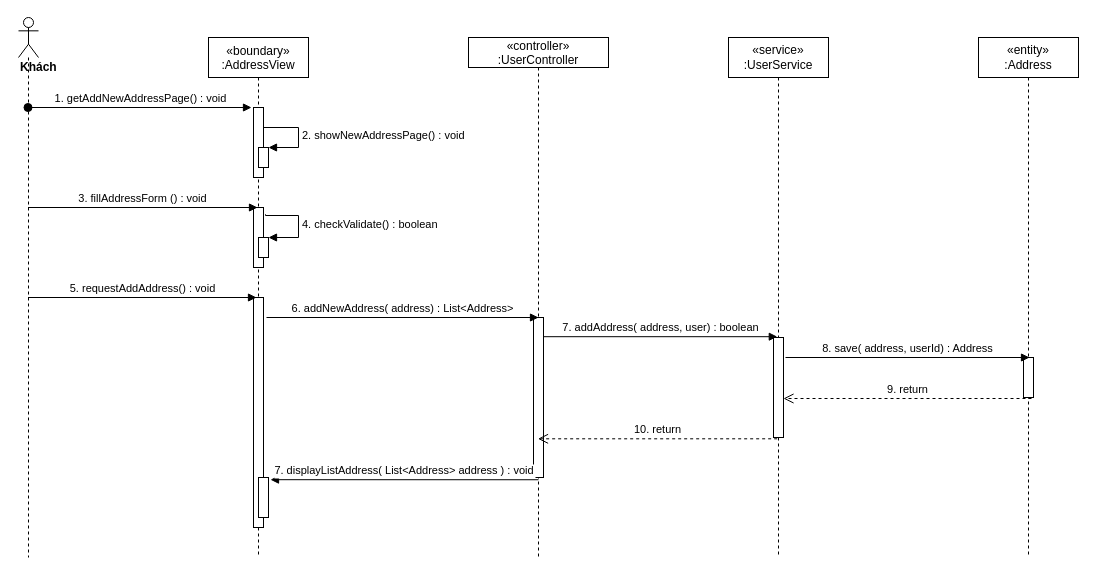
nguyenphamvan/datn_20202 keeps this draw.io diagram as sequence diagram/add-new-address-sequence.drawio. Above is the earlier version. Source tidied: cells renumbered, new cells numbered last; positions are measured from the earlier drawing's top-left corner, leaving out a move shared by most shapes. Both pictures are drawn from the tidied source at 100%, with x=0, y=0 at pixel (18, 17).
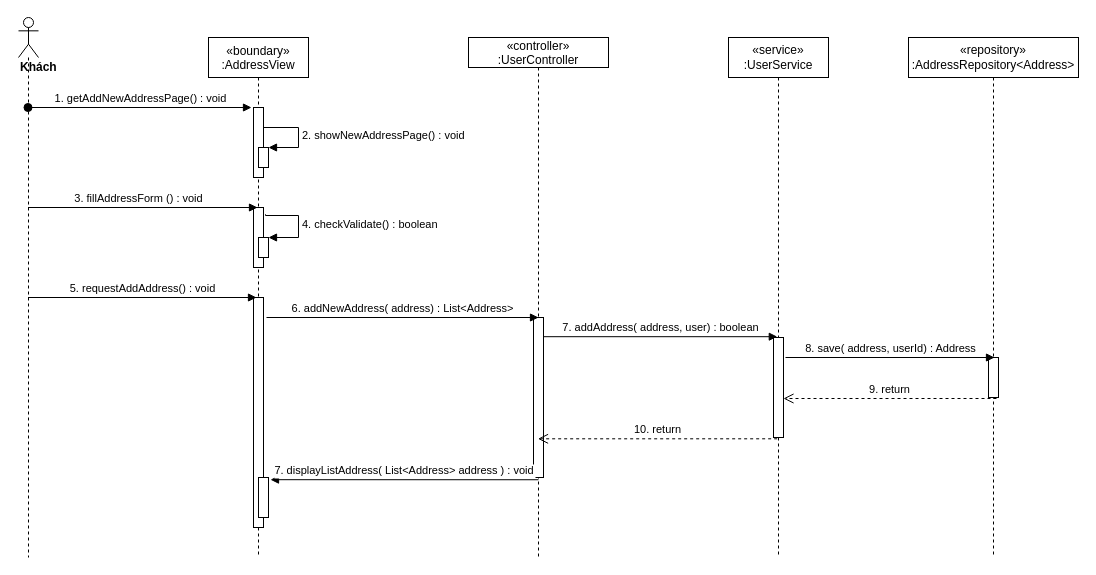
After the change.

The change refers to these unchanged cells:
```xml
<mxCell id="4" style="points=[];perimeter=orthogonalPerimeter;rounded=0;shadow=0;strokeWidth=1;" parent="2" vertex="1">
  <mxGeometry x="45" y="170" width="10" height="60" as="geometry" />
</mxCell>
<mxCell id="13" value="&lt;div&gt;&lt;b&gt;Khách&lt;/b&gt;&lt;/div&gt;" style="shape=umlLifeline;participant=umlActor;perimeter=lifelinePerimeter;whiteSpace=wrap;html=1;verticalAlign=top;spacingTop=36;outlineConnect=0;align=left;" parent="1" vertex="1">
  <mxGeometry width="20" height="540" as="geometry" />
</mxCell>
```

The edit, as a diff of the source:
```diff
@@
     <mxCell id="17" value="3. fillAddressForm () : void" style="html=1;verticalAlign=bottom;endArrow=block;entryX=0.4;entryY=0;entryDx=0;entryDy=0;entryPerimeter=0;" parent="1" edge="1" source="13" target="4">
-      <mxGeometry relative="1" as="geometry" />
+      <mxGeometry x="-0.04" relative="1" as="geometry" />
     </mxCell>
@@
-    <mxCell id="20" value="&lt;span&gt;«entity»&lt;br&gt;&lt;/span&gt;:Address" style="shape=umlLifeline;perimeter=lifelinePerimeter;whiteSpace=wrap;html=1;" parent="1" vertex="1">
-      <mxGeometry x="960" y="20" width="100" height="520" as="geometry" />
+    <mxCell id="20" value="&lt;span&gt;«repository»&lt;br&gt;&lt;/span&gt;:AddressRepository&amp;lt;Address&amp;gt;" style="shape=umlLifeline;perimeter=lifelinePerimeter;whiteSpace=wrap;html=1;" parent="1" vertex="1">
+      <mxGeometry x="890" y="20" width="170" height="520" as="geometry" />
     </mxCell>
     <mxCell id="21" style="points=[];perimeter=orthogonalPerimeter;rounded=0;shadow=0;strokeWidth=1;" parent="20" vertex="1">
-      <mxGeometry x="45" y="320" width="10" height="40" as="geometry" />
+      <mxGeometry x="80" y="320" width="10" height="40" as="geometry" />
     </mxCell>
```
